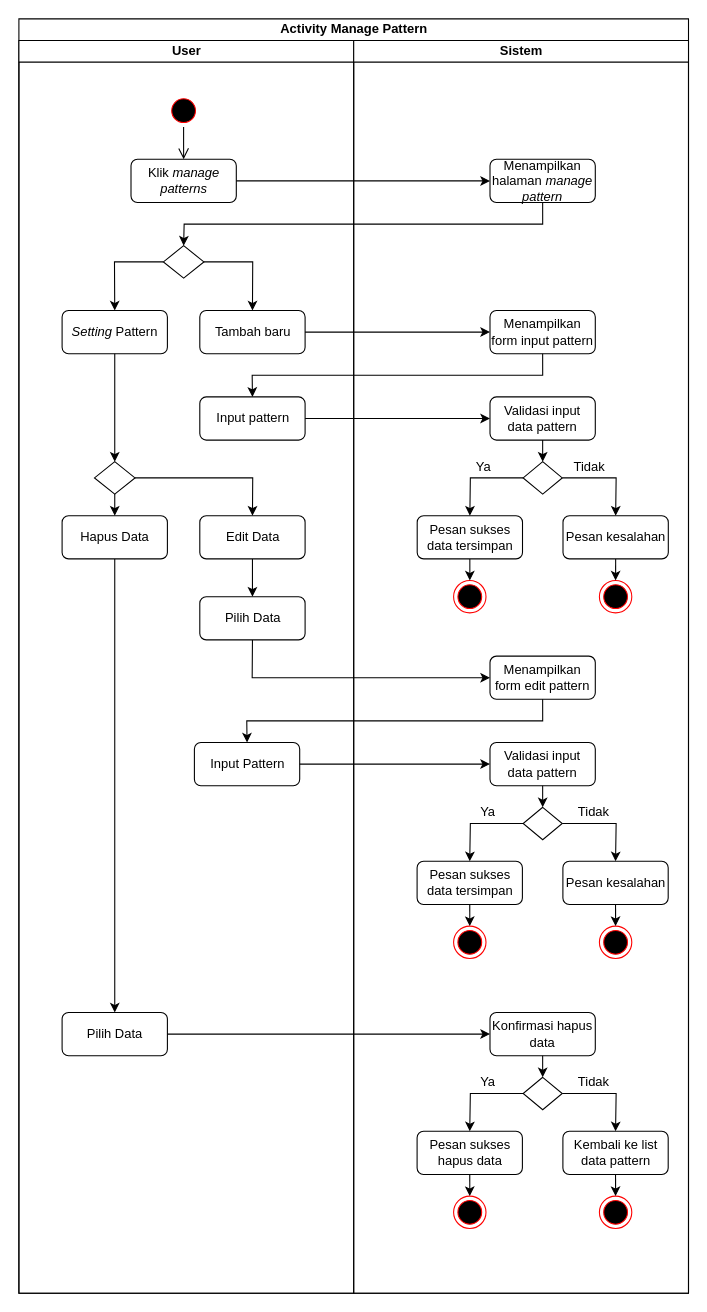
Before: page "Activity Diagram - Manage Pattern" (4 of 8) of Cara Kerja Aplikasi TA.drawio in zelsaddr/All-Diagrams, a draw.io diagram. Source tidied: cells renumbered, new cells numbered last; positions are measured from the earlier drawing's top-left corner, leaving out a move shared by most shapes. Both pictures are drawn from the tidied source at 108%, with x=0, y=0 at pixel (18, 18).
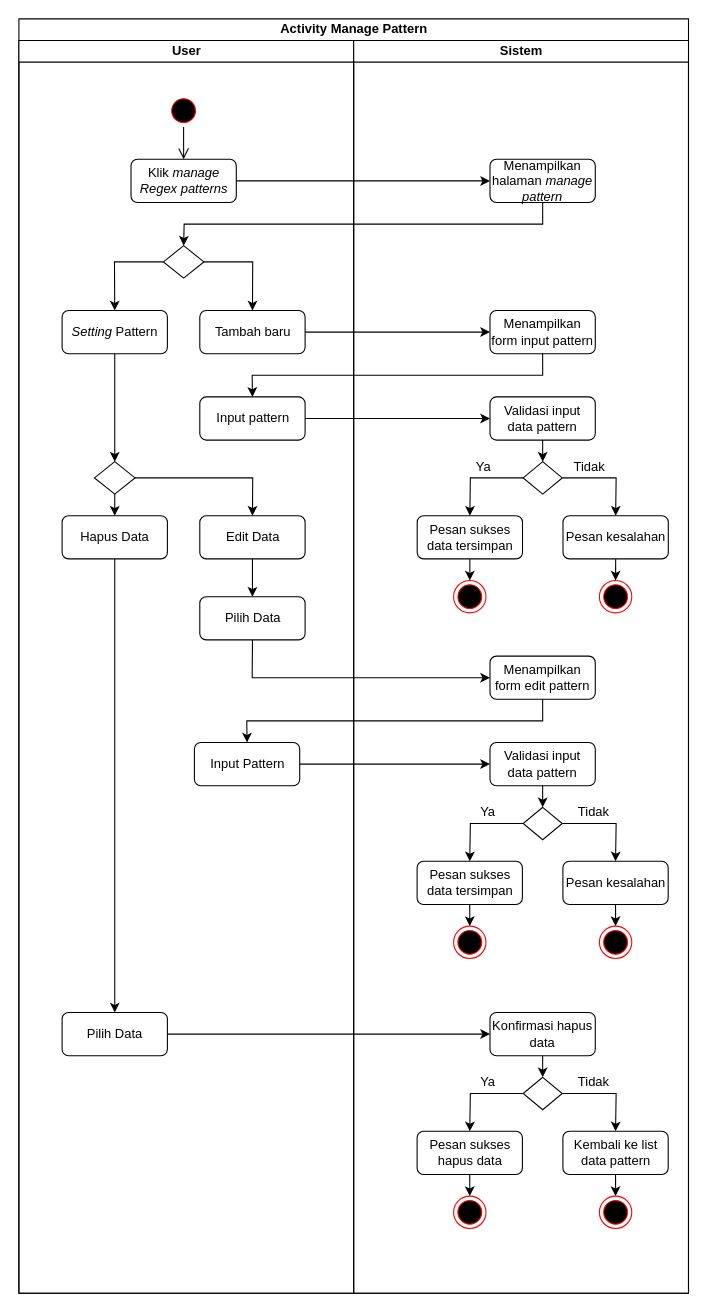
The same diagram, later.

Unchanged cells that the change refers to:
```xml
<mxCell id="3" value="User" style="swimlane;startSize=20;html=1;" parent="2" vertex="1">
  <mxGeometry y="20" width="310" height="1160" as="geometry" />
</mxCell>
```

Diff of the diagram source:
```diff
@@
-    <mxCell id="10" value="Klik &lt;i&gt;manage patterns&lt;/i&gt;" style="rounded=1;whiteSpace=wrap;html=1;" parent="3" vertex="1">
+    <mxCell id="10" value="Klik &lt;i&gt;manage Regex patterns&lt;/i&gt;" style="rounded=1;whiteSpace=wrap;html=1;" parent="3" vertex="1">
       <mxGeometry x="103.8" y="110" width="97.5" height="40" as="geometry" />
     </mxCell>
```
